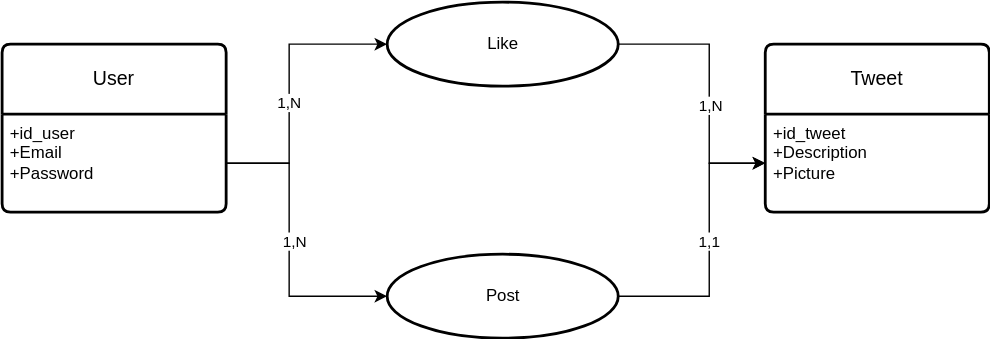
Before: Diagram/Modélisation DB.drawio.svg, a diagram exported from draw.io (Muking3/Project_API_Twitter). Source tidied: cells renumbered, new cells last; positions are measured from the earlier drawing's top-left corner, leaving out a move shared by most shapes.
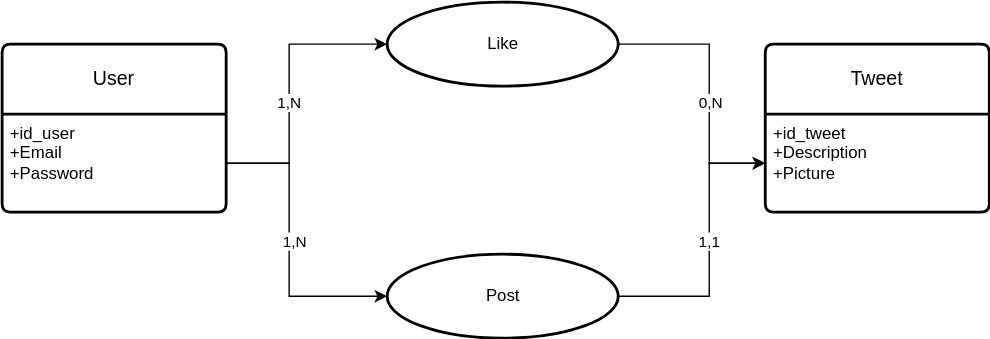
After the commit.

Commit message:
Mettre à jour Modélisation DB.drawio.svg

Change to the diagram source:
```diff
@@ -54,9 +54,9 @@
         </Array>
       </mxGeometry>
     </mxCell>
-    <mxCell id="13" value="1,N" style="edgeLabel;html=1;align=center;verticalAlign=middle;" parent="12" vertex="1">
-      <mxGeometry x="0.13" relative="1" as="geometry" />
-    </mxCell>
+    <mxCell id="18" value="0,N" style="edgeLabel;html=1;align=center;verticalAlign=middle;" parent="12" vertex="1">
+      <mxGeometry x="0.11" relative="1" as="geometry" />
+    </mxCell>
     <mxCell id="14" style="ellipse;whiteSpace=wrap;html=1;fontSize=14;fontStyle=0;startSize=50;rounded=1;strokeWidth=2;shadow=0;dashed=0;arcSize=4;" parent="1" vertex="1">
       <mxGeometry x="275" width="165" height="60" as="geometry" />
     </mxCell>
```
